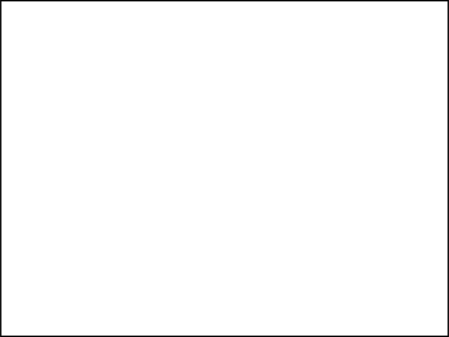
Before: img_in_paper/textunet.drawio.svg, a diagram exported from draw.io (YMlinfeng/undergraduate_thesis). Source tidied: cells renumbered, new cells last; positions are measured from the earlier drawing's top-left corner, leaving out a move shared by most shapes.
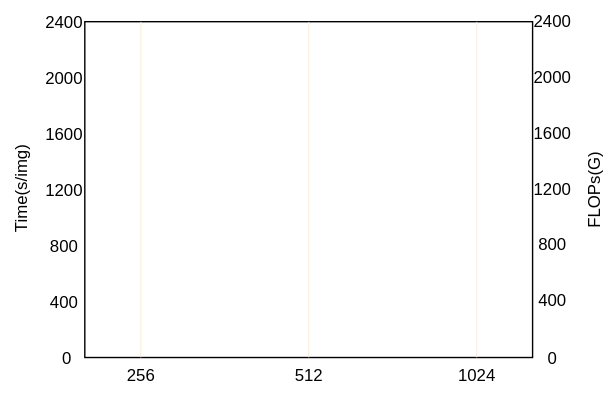
Above is the later version.

Change to the diagram source:
```diff
@@ -5,5 +5,71 @@
     <mxCell id="2" style="rounded=0;whiteSpace=wrap;html=1;" parent="1" vertex="1">
       <mxGeometry width="320" height="240" as="geometry" />
     </mxCell>
+    <mxCell id="3" value="0" style="text;html=1;align=center;verticalAlign=middle;strokeColor=none;fillColor=none;" parent="1" vertex="1">
+      <mxGeometry x="-28" y="226" width="30" height="30" as="geometry" />
+    </mxCell>
+    <mxCell id="4" value="400" style="text;html=1;align=center;verticalAlign=middle;strokeColor=none;fillColor=none;" parent="1" vertex="1">
+      <mxGeometry x="-35" y="186" width="40" height="30" as="geometry" />
+    </mxCell>
+    <mxCell id="5" value="800" style="text;html=1;align=center;verticalAlign=middle;strokeColor=none;fillColor=none;" parent="1" vertex="1">
+      <mxGeometry x="-35" y="146" width="40" height="30" as="geometry" />
+    </mxCell>
+    <mxCell id="6" value="1200" style="text;html=1;align=center;verticalAlign=middle;strokeColor=none;fillColor=none;" parent="1" vertex="1">
+      <mxGeometry x="-40" y="106" width="50" height="30" as="geometry" />
+    </mxCell>
+    <mxCell id="7" value="1600" style="text;html=1;align=center;verticalAlign=middle;strokeColor=none;fillColor=none;" parent="1" vertex="1">
+      <mxGeometry x="-40" y="66" width="50" height="30" as="geometry" />
+    </mxCell>
+    <mxCell id="8" value="2000" style="text;html=1;align=center;verticalAlign=middle;strokeColor=none;fillColor=none;" parent="1" vertex="1">
+      <mxGeometry x="-40" y="26" width="50" height="30" as="geometry" />
+    </mxCell>
+    <mxCell id="9" value="2400" style="text;html=1;align=center;verticalAlign=middle;strokeColor=none;fillColor=none;" parent="1" vertex="1">
+      <mxGeometry x="-40" y="-14" width="50" height="30" as="geometry" />
+    </mxCell>
+    <mxCell id="10" value="256" style="text;html=1;align=center;verticalAlign=middle;strokeColor=none;fillColor=none;" parent="1" vertex="1">
+      <mxGeometry x="20" y="238" width="40" height="30" as="geometry" />
+    </mxCell>
+    <mxCell id="11" value="512" style="text;html=1;align=center;verticalAlign=middle;strokeColor=none;fillColor=none;" parent="1" vertex="1">
+      <mxGeometry x="140" y="238" width="40" height="30" as="geometry" />
+    </mxCell>
+    <mxCell id="12" value="1024" style="text;html=1;align=center;verticalAlign=middle;strokeColor=none;fillColor=none;" parent="1" vertex="1">
+      <mxGeometry x="255" y="238" width="50" height="30" as="geometry" />
+    </mxCell>
+    <mxCell id="13" value="0" style="text;html=1;align=center;verticalAlign=middle;strokeColor=none;fillColor=none;" parent="1" vertex="1">
+      <mxGeometry x="319" y="226" width="30" height="30" as="geometry" />
+    </mxCell>
+    <mxCell id="14" value="400" style="text;html=1;align=center;verticalAlign=middle;strokeColor=none;fillColor=none;" parent="1" vertex="1">
+      <mxGeometry x="314" y="185" width="40" height="30" as="geometry" />
+    </mxCell>
+    <mxCell id="15" value="800" style="text;html=1;align=center;verticalAlign=middle;strokeColor=none;fillColor=none;" parent="1" vertex="1">
+      <mxGeometry x="314" y="145" width="40" height="30" as="geometry" />
+    </mxCell>
+    <mxCell id="16" value="1200" style="text;html=1;align=center;verticalAlign=middle;strokeColor=none;fillColor=none;" parent="1" vertex="1">
+      <mxGeometry x="309" y="105" width="50" height="30" as="geometry" />
+    </mxCell>
+    <mxCell id="17" value="1600" style="text;html=1;align=center;verticalAlign=middle;strokeColor=none;fillColor=none;" parent="1" vertex="1">
+      <mxGeometry x="309" y="65" width="50" height="30" as="geometry" />
+    </mxCell>
+    <mxCell id="18" value="2000" style="text;html=1;align=center;verticalAlign=middle;strokeColor=none;fillColor=none;" parent="1" vertex="1">
+      <mxGeometry x="309" y="25" width="50" height="30" as="geometry" />
+    </mxCell>
+    <mxCell id="19" value="2400" style="text;html=1;align=center;verticalAlign=middle;strokeColor=none;fillColor=none;" parent="1" vertex="1">
+      <mxGeometry x="309" y="-15" width="50" height="30" as="geometry" />
+    </mxCell>
+    <mxCell id="20" style="line;strokeWidth=1;html=1;fillColor=#f8cecc;strokeColor=#FFE6CC;opacity=60;rotation=90;" parent="1" vertex="1">
+      <mxGeometry x="40" y="115" width="240" height="10" as="geometry" />
+    </mxCell>
+    <mxCell id="21" style="line;strokeWidth=1;html=1;fillColor=#f8cecc;strokeColor=#FFE6CC;opacity=60;rotation=90;" parent="1" vertex="1">
+      <mxGeometry x="160" y="115" width="240" height="10" as="geometry" />
+    </mxCell>
+    <mxCell id="22" style="line;strokeWidth=1;html=1;fillColor=#f8cecc;strokeColor=#FFE6CC;opacity=60;rotation=90;" parent="1" vertex="1">
+      <mxGeometry x="-80" y="115" width="240" height="10" as="geometry" />
+    </mxCell>
+    <mxCell id="23" value="Time(s/img)" style="text;html=1;align=center;verticalAlign=middle;strokeColor=none;fillColor=none;rotation=-90;" parent="1" vertex="1">
+      <mxGeometry x="-90" y="105" width="90" height="30" as="geometry" />
+    </mxCell>
+    <mxCell id="24" value="FLOPs(G)" style="text;html=1;align=center;verticalAlign=middle;strokeColor=none;fillColor=none;rotation=-90;" parent="1" vertex="1">
+      <mxGeometry x="325" y="106" width="80" height="30" as="geometry" />
+    </mxCell>
   </root>
 </mxGraphModel>
```
